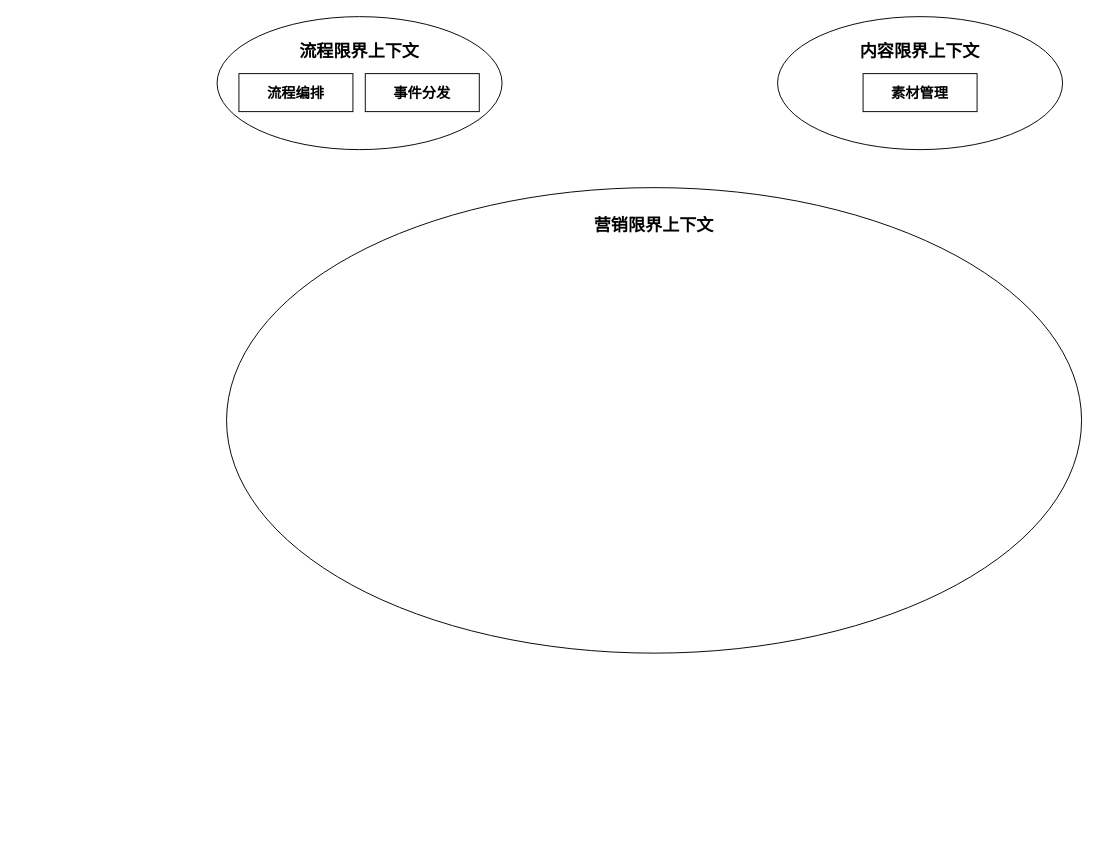
Above: page "领域设计" (19 of 19) of Enterprise-Architecture.drawio in jackie-thank/beego-authz (draw.io), before the change. Source tidied: cells renumbered, new cells numbered last; positions are measured from the earlier drawing's top-left corner, leaving out a move shared by most shapes. Both pictures are drawn from the tidied source at 95%, with x=0, y=0 at pixel (217, 16).
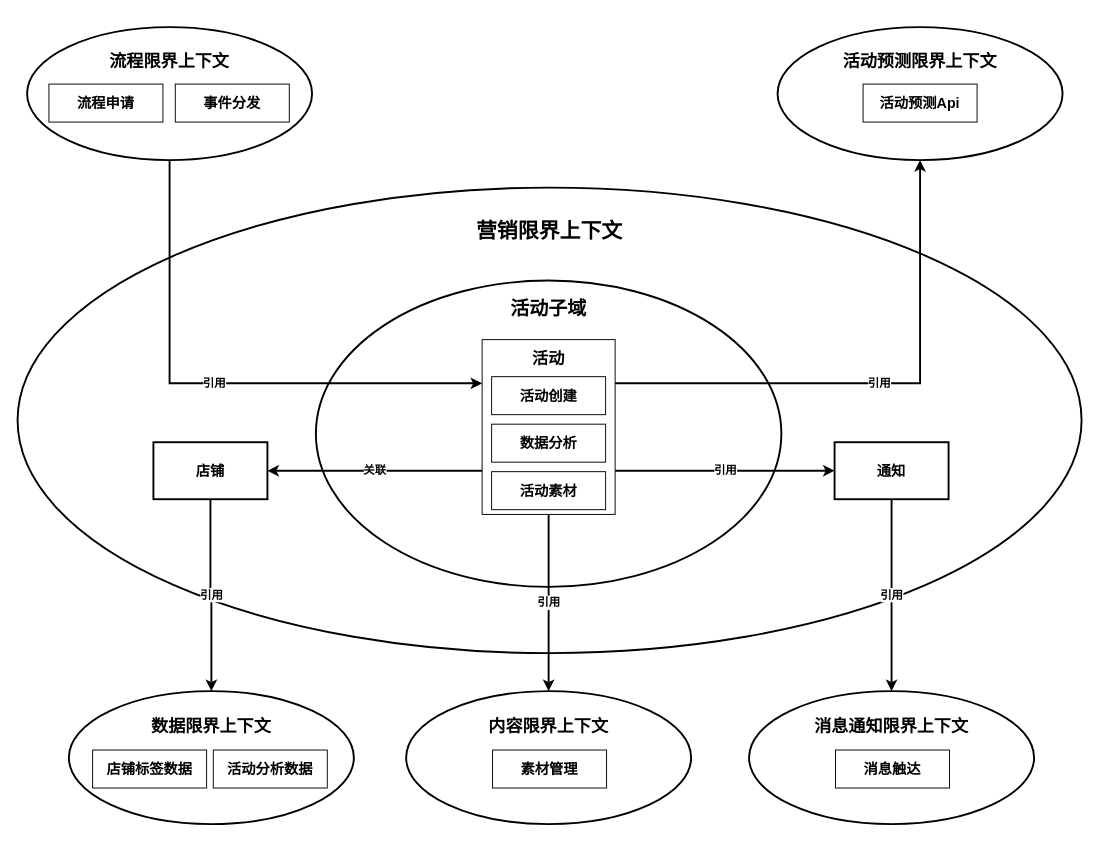
After the change.

What changed in the source:
```diff
@@
-    <mxCell id="2" value="&lt;div&gt;营销限界上下文&lt;/div&gt;&lt;div&gt;&lt;br&gt;&lt;/div&gt;&lt;div&gt;&lt;br&gt;&lt;/div&gt;&lt;div&gt;&lt;br&gt;&lt;/div&gt;&lt;div&gt;&lt;br&gt;&lt;/div&gt;&lt;div&gt;&lt;br&gt;&lt;/div&gt;&lt;div&gt;&lt;br&gt;&lt;/div&gt;&lt;div&gt;&lt;br&gt;&lt;/div&gt;&lt;div&gt;&lt;br&gt;&lt;/div&gt;&lt;div&gt;&lt;br&gt;&lt;/div&gt;&lt;div&gt;&lt;br&gt;&lt;/div&gt;&lt;div&gt;&lt;br&gt;&lt;/div&gt;&lt;div&gt;&lt;br&gt;&lt;/div&gt;&lt;div&gt;&lt;br&gt;&lt;/div&gt;&lt;div&gt;&lt;br&gt;&lt;/div&gt;&lt;div&gt;&lt;br&gt;&lt;/div&gt;&lt;div&gt;&lt;br&gt;&lt;/div&gt;&lt;div&gt;&lt;br&gt;&lt;/div&gt;&lt;div&gt;&lt;br&gt;&lt;/div&gt;&lt;div&gt;&lt;br&gt;&lt;/div&gt;" style="ellipse;whiteSpace=wrap;html=1;fontSize=18;fontStyle=1;" parent="1" vertex="1">
-      <mxGeometry x="10" y="180" width="900" height="490" as="geometry" />
+    <mxCell id="2" value="&lt;div&gt;&lt;font style=&quot;font-size: 22px;&quot;&gt;营销限界上下文&lt;/font&gt;&lt;/div&gt;&lt;div&gt;&lt;font style=&quot;font-size: 22px;&quot;&gt;&lt;br&gt;&lt;/font&gt;&lt;/div&gt;&lt;div&gt;&lt;font style=&quot;font-size: 22px;&quot;&gt;&lt;br&gt;&lt;/font&gt;&lt;/div&gt;&lt;div&gt;&lt;font style=&quot;font-size: 22px;&quot;&gt;&lt;br&gt;&lt;/font&gt;&lt;/div&gt;&lt;div&gt;&lt;font style=&quot;font-size: 22px;&quot;&gt;&lt;br&gt;&lt;/font&gt;&lt;/div&gt;&lt;div&gt;&lt;font style=&quot;font-size: 22px;&quot;&gt;&lt;br&gt;&lt;/font&gt;&lt;/div&gt;&lt;div&gt;&lt;font style=&quot;font-size: 22px;&quot;&gt;&lt;br&gt;&lt;/font&gt;&lt;/div&gt;&lt;div&gt;&lt;font style=&quot;font-size: 22px;&quot;&gt;&lt;br&gt;&lt;/font&gt;&lt;/div&gt;&lt;div&gt;&lt;font style=&quot;font-size: 22px;&quot;&gt;&lt;br&gt;&lt;/font&gt;&lt;/div&gt;&lt;div&gt;&lt;font style=&quot;font-size: 22px;&quot;&gt;&lt;br&gt;&lt;/font&gt;&lt;/div&gt;&lt;div&gt;&lt;font style=&quot;font-size: 22px;&quot;&gt;&lt;br&gt;&lt;/font&gt;&lt;/div&gt;&lt;div&gt;&lt;font style=&quot;font-size: 22px;&quot;&gt;&lt;br&gt;&lt;/font&gt;&lt;/div&gt;&lt;div&gt;&lt;font style=&quot;font-size: 22px;&quot;&gt;&lt;br&gt;&lt;/font&gt;&lt;/div&gt;&lt;div&gt;&lt;font style=&quot;font-size: 22px;&quot;&gt;&lt;br&gt;&lt;/font&gt;&lt;/div&gt;&lt;div&gt;&lt;font style=&quot;font-size: 22px;&quot;&gt;&lt;br&gt;&lt;/font&gt;&lt;/div&gt;&lt;div&gt;&lt;font style=&quot;font-size: 22px;&quot;&gt;&lt;br&gt;&lt;/font&gt;&lt;/div&gt;" style="ellipse;whiteSpace=wrap;html=1;fontSize=18;fontStyle=1;strokeWidth=2;" parent="1" vertex="1">
+      <mxGeometry x="-210" y="180" width="1120" height="490" as="geometry" />
     </mxCell>
-    <mxCell id="3" value="&lt;div&gt;流程限界上下文&lt;/div&gt;&lt;div&gt;&lt;br&gt;&lt;/div&gt;&lt;div&gt;&lt;br&gt;&lt;/div&gt;&lt;div&gt;&lt;br&gt;&lt;/div&gt;" style="ellipse;whiteSpace=wrap;html=1;fontSize=18;fontStyle=1;" parent="1" vertex="1">
-      <mxGeometry width="300" height="140" as="geometry" />
+    <mxCell id="3" value="&lt;div&gt;流程限界上下文&lt;/div&gt;&lt;div&gt;&lt;br&gt;&lt;/div&gt;&lt;div&gt;&lt;br&gt;&lt;/div&gt;&lt;div&gt;&lt;br&gt;&lt;/div&gt;" style="ellipse;whiteSpace=wrap;html=1;fontSize=18;fontStyle=1;strokeWidth=2;" parent="1" vertex="1">
+      <mxGeometry x="-200" y="11" width="300" height="140" as="geometry" />
     </mxCell>
-    <mxCell id="4" value="&lt;div&gt;内容限界上下文&lt;/div&gt;&lt;div&gt;&lt;br&gt;&lt;/div&gt;&lt;div&gt;&lt;br&gt;&lt;/div&gt;&lt;div&gt;&lt;br&gt;&lt;/div&gt;" style="ellipse;whiteSpace=wrap;html=1;fontSize=18;fontStyle=1;" parent="1" vertex="1">
-      <mxGeometry x="590" width="300" height="140" as="geometry" />
+    <mxCell id="4" value="&lt;div&gt;活动预测限界上下文&lt;/div&gt;&lt;div&gt;&lt;br&gt;&lt;/div&gt;&lt;div&gt;&lt;br&gt;&lt;/div&gt;&lt;div&gt;&lt;br&gt;&lt;/div&gt;" style="ellipse;whiteSpace=wrap;html=1;fontSize=18;fontStyle=1;strokeWidth=2;" parent="1" vertex="1">
+      <mxGeometry x="590" y="11" width="300" height="140" as="geometry" />
     </mxCell>
-    <mxCell id="5" value="流程编排" style="rounded=0;whiteSpace=wrap;html=1;fontStyle=1;fontSize=15;" parent="1" vertex="1">
-      <mxGeometry x="23" y="60" width="120" height="40" as="geometry" />
+    <mxCell id="5" value="流程申请" style="rounded=0;whiteSpace=wrap;html=1;fontStyle=1;fontSize=15;" parent="1" vertex="1">
+      <mxGeometry x="-177" y="71" width="120" height="40" as="geometry" />
     </mxCell>
     <mxCell id="6" value="事件分发" style="rounded=0;whiteSpace=wrap;html=1;fontStyle=1;fontSize=15;" parent="1" vertex="1">
-      <mxGeometry x="156" y="60" width="120" height="40" as="geometry" />
+      <mxGeometry x="-44" y="71" width="120" height="40" as="geometry" />
     </mxCell>
-    <mxCell id="7" value="素材管理" style="rounded=0;whiteSpace=wrap;html=1;fontStyle=1;fontSize=15;" parent="1" vertex="1">
-      <mxGeometry x="680" y="60" width="120" height="40" as="geometry" />
+    <mxCell id="7" value="活动预测Api" style="rounded=0;whiteSpace=wrap;html=1;fontStyle=1;fontSize=15;" parent="1" vertex="1">
+      <mxGeometry x="680" y="71" width="120" height="40" as="geometry" />
     </mxCell>
+    <mxCell id="8" value="&lt;div&gt;活动子域&lt;/div&gt;&lt;div&gt;&lt;br&gt;&lt;/div&gt;&lt;div&gt;&lt;br&gt;&lt;/div&gt;&lt;div&gt;&lt;br&gt;&lt;/div&gt;&lt;div&gt;&lt;br&gt;&lt;/div&gt;&lt;div&gt;&lt;br&gt;&lt;/div&gt;&lt;div&gt;&lt;br&gt;&lt;/div&gt;&lt;div&gt;&lt;br&gt;&lt;/div&gt;&lt;div&gt;&lt;br&gt;&lt;/div&gt;&lt;div&gt;&lt;br&gt;&lt;/div&gt;&lt;div&gt;&lt;br&gt;&lt;/div&gt;&lt;div&gt;&lt;br&gt;&lt;/div&gt;" style="ellipse;whiteSpace=wrap;html=1;fontSize=20;fontStyle=1;strokeWidth=2;" parent="1" vertex="1">
+      <mxGeometry x="104" y="277.8" width="490" height="322.5" as="geometry" />
+    </mxCell>
+    <mxCell id="9" value="&lt;div&gt;&lt;div&gt;内容限界上下文&lt;/div&gt;&lt;div&gt;&lt;br&gt;&lt;/div&gt;&lt;div&gt;&lt;br&gt;&lt;/div&gt;&lt;div&gt;&lt;br&gt;&lt;/div&gt;&lt;/div&gt;" style="ellipse;whiteSpace=wrap;html=1;fontSize=18;fontStyle=1;strokeWidth=2;" parent="1" vertex="1">
+      <mxGeometry x="199" y="710" width="300" height="140" as="geometry" />
+    </mxCell>
+    <mxCell id="10" value="素材管理" style="rounded=0;whiteSpace=wrap;html=1;fontStyle=1;fontSize=15;" parent="1" vertex="1">
+      <mxGeometry x="290" y="772" width="120" height="40" as="geometry" />
+    </mxCell>
+    <mxCell id="11" value="引用" style="edgeStyle=orthogonalEdgeStyle;rounded=0;jettySize=auto;html=1;exitX=0.5;exitY=1;exitDx=0;exitDy=0;fontSize=12;fontStyle=1;strokeWidth=2;" parent="1" edge="1" source="15" target="9">
+      <mxGeometry relative="1" as="geometry" />
+    </mxCell>
+    <mxCell id="12" value="引用" style="edgeStyle=orthogonalEdgeStyle;rounded=0;jettySize=auto;html=1;exitX=0.5;exitY=1;exitDx=0;exitDy=0;entryX=0.5;entryY=0;entryDx=0;entryDy=0;fontSize=12;fontStyle=1;strokeWidth=2;" parent="1" edge="1" source="26" target="19">
+      <mxGeometry relative="1" as="geometry" />
+    </mxCell>
+    <mxCell id="13" value="引用" style="edgeStyle=orthogonalEdgeStyle;rounded=0;jettySize=auto;html=1;exitX=1;exitY=0.75;exitDx=0;exitDy=0;fontSize=12;fontStyle=1;strokeWidth=2;" parent="1" edge="1" source="15" target="23">
+      <mxGeometry relative="1" as="geometry" />
+    </mxCell>
+    <mxCell id="14" value="引用" style="edgeStyle=orthogonalEdgeStyle;rounded=0;jettySize=auto;html=1;exitX=0.5;exitY=1;exitDx=0;exitDy=0;fontSize=12;fontStyle=1;strokeWidth=2;entryX=0;entryY=0.25;entryDx=0;entryDy=0;" parent="1" edge="1" source="3" target="15">
+      <mxGeometry relative="1" as="geometry" />
+    </mxCell>
+    <mxCell id="15" value="&lt;div&gt;活动&lt;/div&gt;&lt;div&gt;&lt;br&gt;&lt;/div&gt;&lt;div&gt;&lt;br&gt;&lt;/div&gt;&lt;div&gt;&lt;br&gt;&lt;/div&gt;&lt;div&gt;&lt;br&gt;&lt;/div&gt;&lt;div&gt;&lt;br&gt;&lt;/div&gt;&lt;div&gt;&lt;br&gt;&lt;/div&gt;&lt;div&gt;&lt;br&gt;&lt;/div&gt;" style="rounded=0;whiteSpace=wrap;html=1;fontStyle=1;fontSize=17;" parent="1" vertex="1">
+      <mxGeometry x="279" y="340" width="140" height="184" as="geometry" />
+    </mxCell>
+    <mxCell id="16" value="活动创建" style="rounded=0;whiteSpace=wrap;html=1;fontStyle=1;fontSize=15;align=center;" parent="1" vertex="1">
+      <mxGeometry x="289" y="379" width="120" height="40" as="geometry" />
+    </mxCell>
+    <mxCell id="17" value="数据分析" style="rounded=0;whiteSpace=wrap;html=1;fontStyle=1;fontSize=15;align=center;" parent="1" vertex="1">
+      <mxGeometry x="289" y="429" width="120" height="40" as="geometry" />
+    </mxCell>
+    <mxCell id="18" value="活动素材" style="rounded=0;whiteSpace=wrap;html=1;fontStyle=1;fontSize=15;align=center;" parent="1" vertex="1">
+      <mxGeometry x="289" y="479" width="120" height="40" as="geometry" />
+    </mxCell>
+    <mxCell id="19" value="&lt;div&gt;数据限界上下文&lt;/div&gt;&lt;div&gt;&lt;br&gt;&lt;/div&gt;&lt;div&gt;&lt;br&gt;&lt;/div&gt;&lt;div&gt;&lt;br&gt;&lt;/div&gt;" style="ellipse;whiteSpace=wrap;html=1;fontSize=18;fontStyle=1;strokeWidth=2;" parent="1" vertex="1">
+      <mxGeometry x="-156" y="710" width="300" height="140" as="geometry" />
+    </mxCell>
+    <mxCell id="20" value="活动分析数据" style="rounded=0;whiteSpace=wrap;html=1;fontStyle=1;fontSize=15;" parent="1" vertex="1">
+      <mxGeometry x="-4" y="772" width="120" height="40" as="geometry" />
+    </mxCell>
+    <mxCell id="21" value="引用" style="edgeStyle=orthogonalEdgeStyle;rounded=0;jettySize=auto;html=1;exitX=1;exitY=0.25;exitDx=0;exitDy=0;entryX=0.5;entryY=1;entryDx=0;entryDy=0;fontSize=12;fontStyle=1;strokeWidth=2;" parent="1" edge="1" source="15" target="4">
+      <mxGeometry relative="1" as="geometry" />
+    </mxCell>
+    <mxCell id="22" value="引用" style="edgeStyle=orthogonalEdgeStyle;rounded=0;jettySize=auto;html=1;exitX=0.5;exitY=1;exitDx=0;exitDy=0;fontSize=12;fontStyle=1;strokeWidth=2;" parent="1" edge="1" source="23" target="27">
+      <mxGeometry relative="1" as="geometry" />
+    </mxCell>
+    <mxCell id="23" value="&lt;div&gt;通知&lt;/div&gt;" style="rounded=0;whiteSpace=wrap;html=1;fontStyle=1;fontSize=15;strokeWidth=2;" parent="1" vertex="1">
+      <mxGeometry x="650" y="448" width="120" height="60" as="geometry" />
+    </mxCell>
+    <mxCell id="24" value="店铺标签数据" style="rounded=0;whiteSpace=wrap;html=1;fontStyle=1;fontSize=15;" parent="1" vertex="1">
+      <mxGeometry x="-131" y="772" width="120" height="40" as="geometry" />
+    </mxCell>
+    <mxCell id="25" value="关联" style="edgeStyle=orthogonalEdgeStyle;rounded=0;jettySize=auto;html=1;exitX=0;exitY=0.75;exitDx=0;exitDy=0;fontSize=12;fontStyle=1;strokeWidth=2;" parent="1" edge="1" source="15" target="26">
+      <mxGeometry relative="1" as="geometry" />
+    </mxCell>
+    <mxCell id="26" value="&lt;div&gt;店铺&lt;/div&gt;" style="rounded=0;whiteSpace=wrap;html=1;fontStyle=1;fontSize=15;strokeWidth=2;" parent="1" vertex="1">
+      <mxGeometry x="-67" y="448" width="120" height="60" as="geometry" />
+    </mxCell>
+    <mxCell id="27" value="&lt;div&gt;&lt;div&gt;消息通知限界上下文&lt;/div&gt;&lt;div&gt;&lt;br&gt;&lt;/div&gt;&lt;div&gt;&lt;br&gt;&lt;/div&gt;&lt;div&gt;&lt;br&gt;&lt;/div&gt;&lt;/div&gt;" style="ellipse;whiteSpace=wrap;html=1;fontSize=18;fontStyle=1;strokeWidth=2;" parent="1" vertex="1">
+      <mxGeometry x="560" y="710" width="300" height="140" as="geometry" />
+    </mxCell>
+    <mxCell id="28" value="消息触达" style="rounded=0;whiteSpace=wrap;html=1;fontStyle=1;fontSize=15;" parent="1" vertex="1">
+      <mxGeometry x="651" y="772" width="120" height="40" as="geometry" />
+    </mxCell>
```
